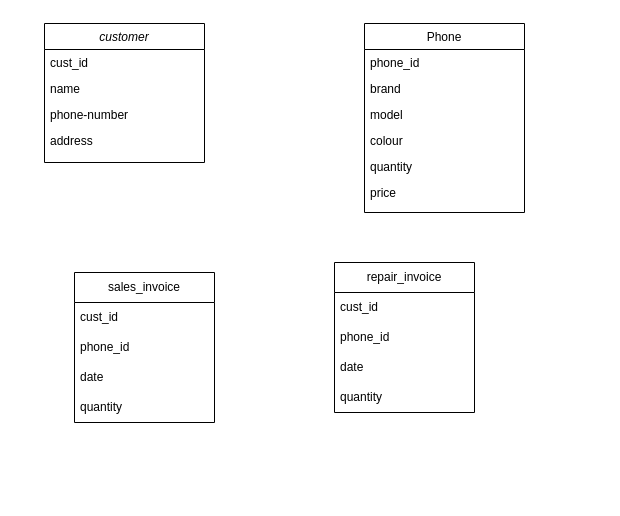
This is Untitled Diagram.drawio from Kazuhaya7/phone-invoice-system, a draw.io file, before an edit. Source tidied: cells renumbered, new cells numbered last; positions are measured from the earlier drawing's top-left corner, leaving out a move shared by most shapes. Both pictures are drawn from the tidied source at 100%, with x=0, y=0 at pixel (44, 23).
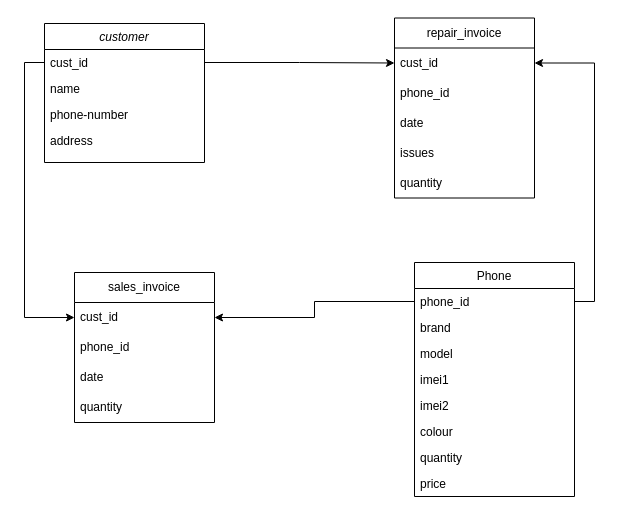
After the change.

The change refers to these unchanged cells:
```xml
<mxCell id="3" value="cust_id" style="text;align=left;verticalAlign=top;spacingLeft=4;spacingRight=4;overflow=hidden;points=[[0,0.5],[1,0.5]];portConstraint=eastwest;" parent="2" vertex="1">
  <mxGeometry y="26" width="160" height="26" as="geometry" />
</mxCell>
<mxCell id="8" value="phone_id" style="text;align=left;verticalAlign=top;spacingLeft=4;spacingRight=4;overflow=hidden;points=[[0,0.5],[1,0.5]];portConstraint=eastwest;" parent="7" vertex="1">
  <mxGeometry y="26" width="160" height="26" as="geometry" />
</mxCell>
<mxCell id="15" value="cust_id" style="text;strokeColor=none;fillColor=none;align=left;verticalAlign=middle;spacingLeft=4;spacingRight=4;overflow=hidden;points=[[0,0.5],[1,0.5]];portConstraint=eastwest;whiteSpace=wrap;html=1;" parent="14" vertex="1">
  <mxGeometry y="30" width="140" height="30" as="geometry" />
</mxCell>
<mxCell id="20" value="cust_id" style="text;strokeColor=none;fillColor=none;align=left;verticalAlign=middle;spacingLeft=4;spacingRight=4;overflow=hidden;points=[[0,0.5],[1,0.5]];portConstraint=eastwest;whiteSpace=wrap;html=1;" parent="19" vertex="1">
  <mxGeometry y="30" width="140" height="30" as="geometry" />
</mxCell>
```

What changed in the source:
```diff
@@
     <mxCell id="7" value="Phone" style="swimlane;fontStyle=0;align=center;verticalAlign=top;horizontal=1;startSize=26;rounded=0;shadow=0;strokeWidth=1;" parent="1" vertex="1">
-      <mxGeometry x="320" width="160" height="189" as="geometry" />
+      <mxGeometry x="370" y="239" width="160" height="234" as="geometry" />
     </mxCell>
@@
+    <mxCell id="24" value="imei1" style="text;align=left;verticalAlign=top;spacingLeft=4;spacingRight=4;overflow=hidden;rounded=0;shadow=0;html=0;" parent="7" vertex="1">
+      <mxGeometry y="104" width="160" height="26" as="geometry" />
+    </mxCell>
+    <mxCell id="25" value="imei2" style="text;align=left;verticalAlign=top;spacingLeft=4;spacingRight=4;overflow=hidden;rounded=0;shadow=0;html=0;" parent="7" vertex="1">
+      <mxGeometry y="130" width="160" height="26" as="geometry" />
+    </mxCell>
     <mxCell id="11" value="colour" style="text;align=left;verticalAlign=top;spacingLeft=4;spacingRight=4;overflow=hidden;rounded=0;shadow=0;html=0;" parent="7" vertex="1">
-      <mxGeometry y="104" width="160" height="26" as="geometry" />
+      <mxGeometry y="156" width="160" height="26" as="geometry" />
     </mxCell>
     <mxCell id="12" value="quantity" style="text;align=left;verticalAlign=top;spacingLeft=4;spacingRight=4;overflow=hidden;rounded=0;shadow=0;html=0;" parent="7" vertex="1">
-      <mxGeometry y="130" width="160" height="26" as="geometry" />
+      <mxGeometry y="182" width="160" height="26" as="geometry" />
     </mxCell>
     <mxCell id="13" value="price" style="text;align=left;verticalAlign=top;spacingLeft=4;spacingRight=4;overflow=hidden;rounded=0;shadow=0;html=0;" parent="7" vertex="1">
-      <mxGeometry y="156" width="160" height="26" as="geometry" />
+      <mxGeometry y="208" width="160" height="26" as="geometry" />
     </mxCell>
@@
     <mxCell id="19" value="repair_invoice" style="swimlane;fontStyle=0;horizontal=1;startSize=30;whiteSpace=wrap;html=1;" parent="1" vertex="1">
-      <mxGeometry x="290" y="239" width="140" height="150" as="geometry" />
+      <mxGeometry x="350" y="-5.5" width="140" height="180" as="geometry" />
     </mxCell>
@@
+    <mxCell id="26" value="issues" style="text;strokeColor=none;fillColor=none;align=left;verticalAlign=middle;spacingLeft=4;spacingRight=4;overflow=hidden;whiteSpace=wrap;html=1;" parent="19" vertex="1">
+      <mxGeometry y="120" width="140" height="30" as="geometry" />
+    </mxCell>
     <mxCell id="23" value="quantity" style="text;strokeColor=none;fillColor=none;align=left;verticalAlign=middle;spacingLeft=4;spacingRight=4;overflow=hidden;whiteSpace=wrap;html=1;" parent="19" vertex="1">
-      <mxGeometry y="120" width="140" height="30" as="geometry" />
+      <mxGeometry y="150" width="140" height="30" as="geometry" />
     </mxCell>
+    <mxCell id="27" style="edgeStyle=orthogonalEdgeStyle;rounded=0;jettySize=auto;html=1;exitX=0;exitY=0.5;exitDx=0;exitDy=0;entryX=0;entryY=0.5;entryDx=0;entryDy=0;" parent="1" edge="1" source="3" target="15">
+      <mxGeometry relative="1" as="geometry" />
+    </mxCell>
+    <mxCell id="28" style="edgeStyle=orthogonalEdgeStyle;rounded=0;jettySize=auto;html=1;exitX=0;exitY=0.5;exitDx=0;exitDy=0;entryX=1;entryY=0.5;entryDx=0;entryDy=0;" parent="1" edge="1" source="8" target="15">
+      <mxGeometry relative="1" as="geometry" />
+    </mxCell>
+    <mxCell id="29" style="edgeStyle=orthogonalEdgeStyle;rounded=0;jettySize=auto;html=1;exitX=1;exitY=0.5;exitDx=0;exitDy=0;entryX=0;entryY=0.5;entryDx=0;entryDy=0;" parent="1" edge="1" source="3" target="20">
+      <mxGeometry relative="1" as="geometry" />
+    </mxCell>
+    <mxCell id="30" style="edgeStyle=orthogonalEdgeStyle;rounded=0;jettySize=auto;html=1;exitX=1;exitY=0.5;exitDx=0;exitDy=0;entryX=1;entryY=0.5;entryDx=0;entryDy=0;" parent="1" edge="1" source="8" target="20">
+      <mxGeometry relative="1" as="geometry" />
+    </mxCell>
```
